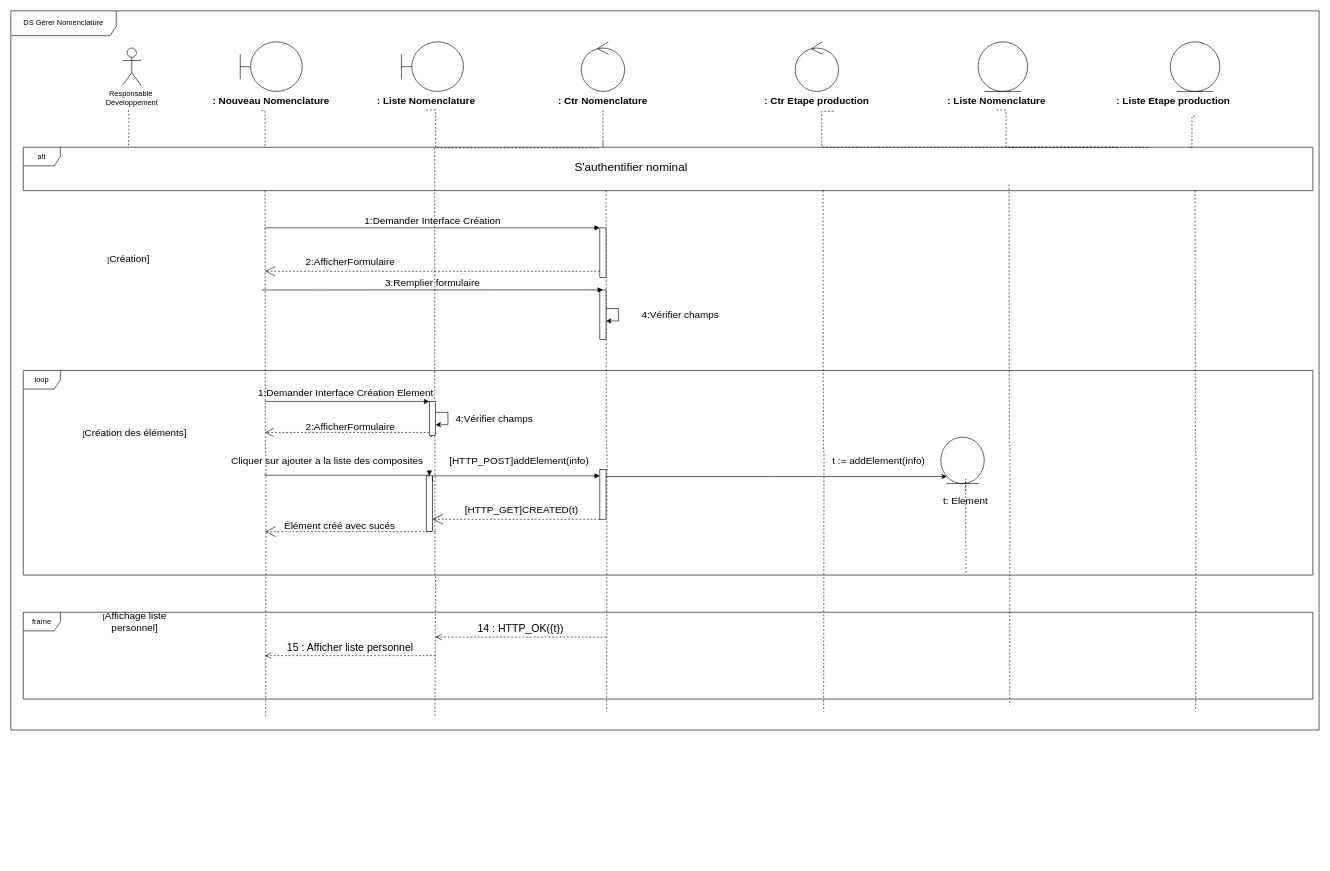
This is dsGérerNomenclature.drawio from AbdelazizBs/GPAO-SpringApp, a draw.io file, before an edit. Source tidied: cells renumbered, new cells numbered last; positions are measured from the earlier drawing's top-left corner, leaving out a move shared by most shapes. Both pictures are drawn from the tidied source at 62%, with x=0, y=0 at pixel (11, 11).
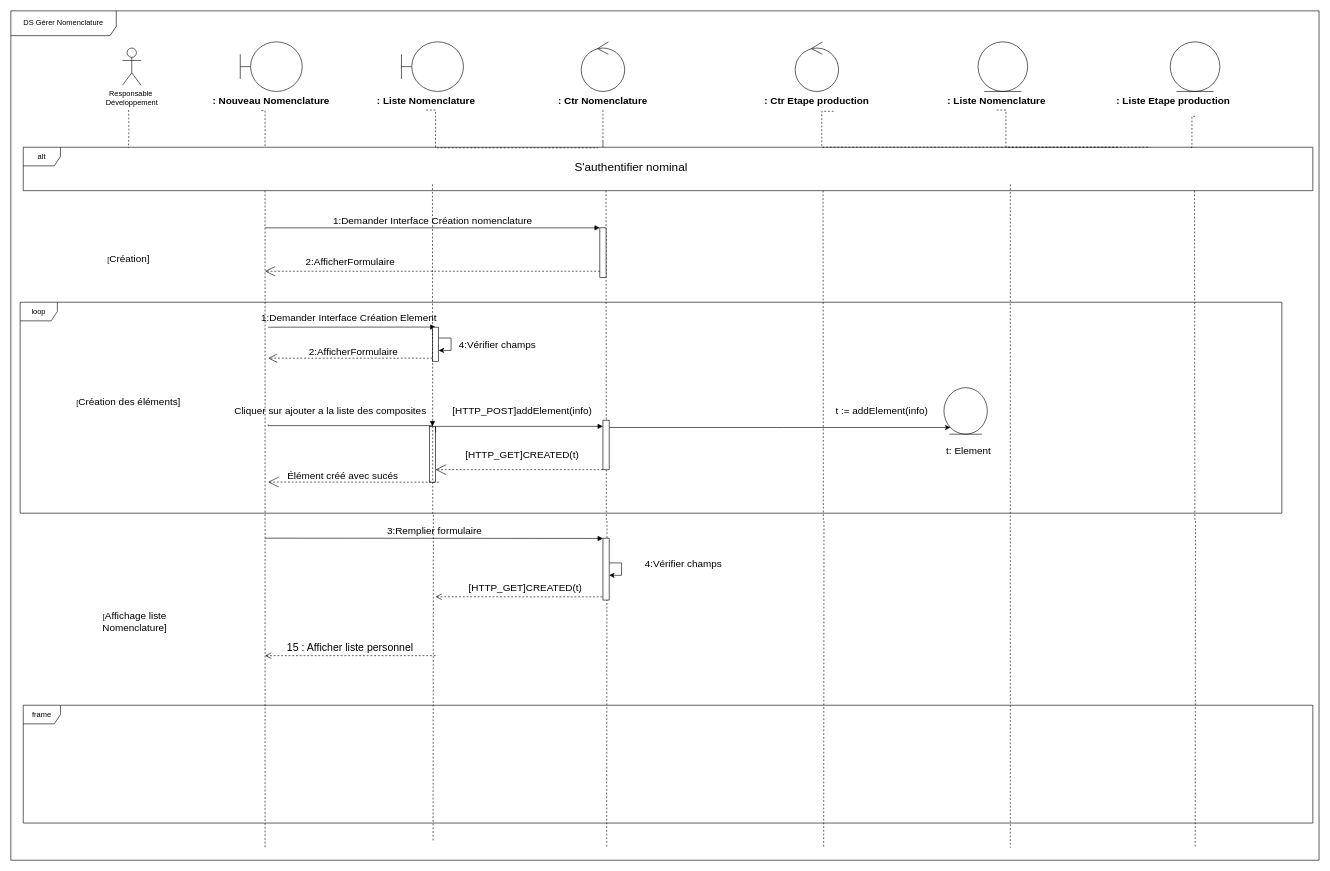
After the change.

Commit message:
Mettre à jour dsGérerNomenclature.drawio

The change refers to these unchanged cells:
```xml
<mxCell id="21" style="html=1;points=[];perimeter=orthogonalPerimeter;outlineConnect=0;targetShapes=umlLifeline;portConstraint=eastwest;newEdgeStyle={&quot;edgeStyle&quot;:&quot;elbowEdgeStyle&quot;,&quot;elbow&quot;:&quot;vertical&quot;,&quot;curved&quot;:0,&quot;rounded&quot;:0};" parent="1" vertex="1">
  <mxGeometry x="950" y="350" width="10" height="80" as="geometry" />
</mxCell>
```

What changed in the source:
```diff
@@
     <mxCell id="14" style="edgeStyle=orthogonalEdgeStyle;rounded=0;orthogonalLoop=1;jettySize=auto;html=1;exitX=0.165;exitY=1.029;exitDx=0;exitDy=0;exitPerimeter=0;endArrow=none;endFill=0;dashed=1;" parent="1" edge="1">
       <mxGeometry relative="1" as="geometry">
         <mxPoint x="960" y="290" as="sourcePoint" />
-        <mxPoint x="961" y="1130" as="targetPoint" />
+        <mxPoint x="961" y="1350" as="targetPoint" />
       </mxGeometry>
     </mxCell>
-    <mxCell id="15" style="edgeStyle=orthogonalEdgeStyle;rounded=0;jettySize=auto;html=1;exitX=0.165;exitY=1.029;exitDx=0;exitDy=0;exitPerimeter=0;endArrow=none;endFill=0;dashed=1;" parent="1" edge="1" source="64">
-      <mxGeometry relative="1" as="geometry">
-        <mxPoint x="684" y="1140" as="targetPoint" />
-        <Array as="points">
-          <mxPoint x="684" y="687" />
-          <mxPoint x="684" y="913" />
-          <mxPoint x="685" y="1140" />
-        </Array>
-      </mxGeometry>
-    </mxCell>
     <mxCell id="16" style="edgeStyle=orthogonalEdgeStyle;rounded=0;orthogonalLoop=1;jettySize=auto;html=1;exitX=0.165;exitY=1.029;exitDx=0;exitDy=0;exitPerimeter=0;endArrow=none;endFill=0;dashed=1;" parent="1" edge="1">
       <mxGeometry relative="1" as="geometry">
         <mxPoint x="410" y="290" as="sourcePoint" />
-        <mxPoint x="411" y="1140" as="targetPoint" />
+        <mxPoint x="410" y="1350" as="targetPoint" />
       </mxGeometry>
     </mxCell>
     <mxCell id="17" value="[&lt;span style=&quot;font-size: 16px;&quot;&gt;Création des éléments&lt;/span&gt;&lt;span style=&quot;font-size: 16px;&quot;&gt;]&lt;/span&gt;" style="text;html=1;strokeColor=none;fillColor=none;align=center;verticalAlign=middle;whiteSpace=wrap;rounded=0;" parent="1" vertex="1">
-      <mxGeometry x="110" y="640" width="180" height="80" as="geometry" />
+      <mxGeometry x="100" y="590.2" width="180" height="80" as="geometry" />
     </mxCell>
-    <mxCell id="18" value="[&lt;span style=&quot;font-size: 16px;&quot;&gt;Affichage liste personnel&lt;/span&gt;&lt;span style=&quot;font-size: 16px;&quot;&gt;]&lt;/span&gt;" style="text;html=1;strokeColor=none;fillColor=none;align=center;verticalAlign=middle;whiteSpace=wrap;rounded=0;" parent="1" vertex="1">
+    <mxCell id="18" value="[&lt;span style=&quot;font-size: 16px;&quot;&gt;Affichage liste Nomenclature&lt;/span&gt;&lt;span style=&quot;font-size: 16px;&quot;&gt;]&lt;/span&gt;" style="text;html=1;strokeColor=none;fillColor=none;align=center;verticalAlign=middle;whiteSpace=wrap;rounded=0;" parent="1" vertex="1">
       <mxGeometry x="110" y="945" width="180" height="80" as="geometry" />
     </mxCell>
     <mxCell id="19" style="edgeStyle=orthogonalEdgeStyle;rounded=0;orthogonalLoop=1;jettySize=auto;html=1;exitX=0.165;exitY=1.029;exitDx=0;exitDy=0;exitPerimeter=0;endArrow=none;endFill=0;dashed=1;" parent="1" edge="1">
       <mxGeometry relative="1" as="geometry">
         <mxPoint x="1310" y="290" as="sourcePoint" />
-        <mxPoint x="1311" y="1130" as="targetPoint" />
+        <mxPoint x="1311" y="1350" as="targetPoint" />
       </mxGeometry>
     </mxCell>
@@
-    <mxCell id="22" value="&lt;font style=&quot;font-size: 16px;&quot;&gt;1:Demander Interface Création&lt;/font&gt;" style="html=1;verticalAlign=bottom;startArrow=none;endArrow=block;startSize=8;edgeStyle=elbowEdgeStyle;elbow=vertical;curved=0;rounded=0;startFill=0;" parent="1" edge="1" target="21">
+    <mxCell id="22" value="&lt;font style=&quot;font-size: 16px;&quot;&gt;1:Demander Interface Création nomenclature&lt;/font&gt;" style="html=1;verticalAlign=bottom;startArrow=none;endArrow=block;startSize=8;edgeStyle=elbowEdgeStyle;elbow=vertical;curved=0;rounded=0;startFill=0;" parent="1" edge="1" target="21">
       <mxGeometry relative="1" as="geometry">
         <mxPoint x="410" y="350" as="sourcePoint" />
       </mxGeometry>
     </mxCell>
@@
-    <mxCell id="24" style="html=1;points=[];perimeter=orthogonalPerimeter;outlineConnect=0;targetShapes=umlLifeline;portConstraint=eastwest;newEdgeStyle={&quot;edgeStyle&quot;:&quot;elbowEdgeStyle&quot;,&quot;elbow&quot;:&quot;vertical&quot;,&quot;curved&quot;:0,&quot;rounded&quot;:0};" parent="1" vertex="1">
-      <mxGeometry x="950" y="450.2" width="10" height="80" as="geometry" />
-    </mxCell>
-    <mxCell id="25" value="&lt;font style=&quot;font-size: 16px;&quot;&gt;3:Remplier formulaire&lt;/font&gt;" style="html=1;verticalAlign=bottom;startArrow=none;endArrow=block;startSize=8;edgeStyle=elbowEdgeStyle;elbow=vertical;curved=0;rounded=0;startFill=0;" parent="1" edge="1" target="24">
-      <mxGeometry relative="1" as="geometry">
-        <mxPoint x="405" y="450.2" as="sourcePoint" />
-      </mxGeometry>
-    </mxCell>
-    <mxCell id="26" style="edgeStyle=elbowEdgeStyle;rounded=0;orthogonalLoop=1;jettySize=auto;html=1;elbow=vertical;curved=0;" parent="1" edge="1" source="24" target="24">
-      <mxGeometry relative="1" as="geometry" />
-    </mxCell>
-    <mxCell id="27" value="&lt;font style=&quot;font-size: 16px;&quot;&gt;4:Vérifier champs&lt;/font&gt;" style="text;html=1;strokeColor=none;fillColor=none;align=center;verticalAlign=middle;whiteSpace=wrap;rounded=0;" parent="1" vertex="1">
-      <mxGeometry x="1010" y="475.2" width="140" height="30" as="geometry" />
-    </mxCell>
-    <mxCell id="28" value="&lt;font style=&quot;font-size: 17px;&quot;&gt;14 : HTTP_OK({t})&lt;/font&gt;" style="html=1;verticalAlign=bottom;endArrow=open;dashed=1;endSize=8;edgeStyle=elbowEdgeStyle;elbow=vertical;curved=0;rounded=0;" parent="1" edge="1">
+    <mxCell id="28" style="html=1;verticalAlign=bottom;endArrow=open;dashed=1;endSize=8;edgeStyle=elbowEdgeStyle;elbow=vertical;curved=0;rounded=0;" parent="1" edge="1">
       <mxGeometry relative="1" as="geometry">
-        <mxPoint x="960" y="1010" as="sourcePoint" />
-        <mxPoint x="685" y="1010" as="targetPoint" />
+        <mxPoint x="960" y="945.2" as="sourcePoint" />
+        <mxPoint x="685" y="945.2" as="targetPoint" />
       </mxGeometry>
     </mxCell>
@@
-    <mxCell id="32" style="edgeStyle=orthogonalEdgeStyle;rounded=0;orthogonalLoop=1;jettySize=auto;html=1;exitX=0.165;exitY=1.029;exitDx=0;exitDy=0;exitPerimeter=0;endArrow=none;endFill=0;dashed=1;" parent="1" edge="1">
+    <mxCell id="32" style="edgeStyle=orthogonalEdgeStyle;rounded=0;orthogonalLoop=1;jettySize=auto;html=1;endArrow=none;endFill=0;dashed=1;" parent="1" edge="1">
       <mxGeometry relative="1" as="geometry">
-        <mxPoint x="1610" y="280" as="sourcePoint" />
-        <mxPoint x="1611" y="1120" as="targetPoint" />
+        <mxPoint x="1612" y="280" as="sourcePoint" />
+        <mxPoint x="1612" y="1350" as="targetPoint" />
       </mxGeometry>
     </mxCell>
@@
-    <mxCell id="35" style="edgeStyle=orthogonalEdgeStyle;rounded=0;orthogonalLoop=1;jettySize=auto;html=1;exitX=0.165;exitY=1.029;exitDx=0;exitDy=0;exitPerimeter=0;endArrow=none;endFill=0;dashed=1;" parent="1" edge="1">
-      <mxGeometry relative="1" as="geometry">
-        <mxPoint x="1910" y="290" as="sourcePoint" />
-        <mxPoint x="1911" y="1130" as="targetPoint" />
-      </mxGeometry>
-    </mxCell>
@@
     <mxCell id="40" value="DS Gérer Nomenclature" style="shape=umlFrame;whiteSpace=wrap;html=1;width=170;height=40;" parent="1" vertex="1">
-      <mxGeometry width="2110" height="1160" as="geometry" />
+      <mxGeometry width="2110" height="1370" as="geometry" />
     </mxCell>
@@
     <mxCell id="42" value="loop" style="shape=umlFrame;whiteSpace=wrap;html=1;" parent="1" vertex="1">
-      <mxGeometry x="20" y="580" width="2080" height="330" as="geometry" />
+      <mxGeometry x="15" y="470" width="2035" height="340.2" as="geometry" />
     </mxCell>
     <mxCell id="43" value="frame" style="shape=umlFrame;whiteSpace=wrap;html=1;" parent="1" vertex="1">
-      <mxGeometry x="20" y="970" width="2080" height="140" as="geometry" />
+      <mxGeometry x="20" y="1120" width="2080" height="190" as="geometry" />
     </mxCell>
@@
     <mxCell id="45" style="html=1;verticalAlign=bottom;endArrow=block;edgeStyle=elbowEdgeStyle;elbow=vertical;curved=0;rounded=0;" parent="1" edge="1" target="64">
       <mxGeometry relative="1" as="geometry">
-        <mxPoint x="410" y="630" as="sourcePoint" />
+        <mxPoint x="415" y="510.2" as="sourcePoint" />
       </mxGeometry>
     </mxCell>
     <mxCell id="46" value="&lt;font style=&quot;font-size: 16px;&quot;&gt;1:Demander Interface Création Element&lt;/font&gt;" style="text;html=1;align=center;verticalAlign=middle;strokeColor=none;fillColor=none;" parent="1" vertex="1">
-      <mxGeometry x="385" y="600" width="310" height="30" as="geometry" />
+      <mxGeometry x="390" y="480.2" width="310" height="30" as="geometry" />
     </mxCell>
     <mxCell id="47" style="html=1;points=[];perimeter=orthogonalPerimeter;outlineConnect=0;targetShapes=umlLifeline;portConstraint=eastwest;newEdgeStyle={&quot;edgeStyle&quot;:&quot;elbowEdgeStyle&quot;,&quot;elbow&quot;:&quot;vertical&quot;,&quot;curved&quot;:0,&quot;rounded&quot;:0};" parent="1" vertex="1">
-      <mxGeometry x="670" y="750" width="10" height="90" as="geometry" />
+      <mxGeometry x="675" y="670.2" width="10" height="90" as="geometry" />
     </mxCell>
     <mxCell id="48" value="&lt;font style=&quot;font-size: 16px;&quot;&gt;Cliquer sur ajouter a la liste des composites&lt;/font&gt;" style="text;html=1;align=center;verticalAlign=middle;strokeColor=none;fillColor=none;" parent="1" vertex="1">
-      <mxGeometry x="345" y="710" width="330" height="30" as="geometry" />
+      <mxGeometry x="350" y="630.2" width="330" height="30" as="geometry" />
     </mxCell>
     <mxCell id="49" style="html=1;verticalAlign=bottom;endArrow=block;edgeStyle=elbowEdgeStyle;elbow=vertical;curved=0;rounded=0;" parent="1" edge="1" target="47">
       <mxGeometry relative="1" as="geometry">
-        <mxPoint x="410" y="747" as="sourcePoint" />
+        <mxPoint x="415" y="667.2" as="sourcePoint" />
       </mxGeometry>
     </mxCell>
     <mxCell id="50" style="endArrow=open;endSize=12;dashed=1;html=1;rounded=0;" parent="1" edge="1" source="64">
       <mxGeometry x="-0.01" y="-17" relative="1" as="geometry">
-        <mxPoint x="410" y="680" as="targetPoint" />
+        <mxPoint x="415" y="560.2" as="targetPoint" />
         <mxPoint y="-1" as="offset" />
       </mxGeometry>
     </mxCell>
     <mxCell id="51" value="&lt;font style=&quot;font-size: 16px;&quot;&gt;2:AfficherFormulaire&amp;nbsp;&lt;/font&gt;" style="text;html=1;strokeColor=none;fillColor=none;align=center;verticalAlign=middle;whiteSpace=wrap;rounded=0;" parent="1" vertex="1">
-      <mxGeometry x="450" y="655" width="200" height="30" as="geometry" />
+      <mxGeometry x="455" y="535.2" width="200" height="30" as="geometry" />
     </mxCell>
@@
     <mxCell id="53" value="&lt;font style=&quot;font-size: 16px;&quot;&gt;4:Vérifier champs&lt;/font&gt;" style="text;html=1;strokeColor=none;fillColor=none;align=center;verticalAlign=middle;whiteSpace=wrap;rounded=0;" parent="1" vertex="1">
-      <mxGeometry x="710" y="642.5" width="140" height="30" as="geometry" />
+      <mxGeometry x="715" y="522.7" width="140" height="30" as="geometry" />
     </mxCell>
@@
     <mxCell id="56" style="edgeStyle=elbowEdgeStyle;rounded=0;jettySize=auto;html=1;elbow=vertical;curved=0;endArrow=open;endFill=0;dashed=1;startSize=12;endSize=15;" parent="1" edge="1" source="57">
       <mxGeometry relative="1" as="geometry">
-        <mxPoint x="680" y="820" as="targetPoint" />
+        <mxPoint x="685" y="740.2" as="targetPoint" />
       </mxGeometry>
     </mxCell>
     <mxCell id="57" style="html=1;points=[];perimeter=orthogonalPerimeter;outlineConnect=0;targetShapes=umlLifeline;portConstraint=eastwest;newEdgeStyle={&quot;edgeStyle&quot;:&quot;elbowEdgeStyle&quot;,&quot;elbow&quot;:&quot;vertical&quot;,&quot;curved&quot;:0,&quot;rounded&quot;:0};" parent="1" vertex="1">
-      <mxGeometry x="950" y="740" width="10" height="80" as="geometry" />
+      <mxGeometry x="955" y="660.2" width="10" height="80" as="geometry" />
     </mxCell>
     <mxCell id="58" style="html=1;verticalAlign=bottom;endArrow=block;edgeStyle=elbowEdgeStyle;elbow=vertical;curved=0;rounded=0;" parent="1" edge="1" target="57">
       <mxGeometry relative="1" as="geometry">
-        <mxPoint x="680" y="760" as="sourcePoint" />
+        <mxPoint x="685" y="680.2" as="sourcePoint" />
         <Array as="points">
-          <mxPoint x="920" y="750" />
+          <mxPoint x="925" y="670.2" />
         </Array>
       </mxGeometry>
     </mxCell>
     <mxCell id="59" value="&lt;font style=&quot;font-size: 16px;&quot;&gt;[HTTP_POST]addElement(info)&lt;/font&gt;" style="text;html=1;strokeColor=none;fillColor=none;align=center;verticalAlign=middle;whiteSpace=wrap;rounded=0;" parent="1" vertex="1">
-      <mxGeometry x="750" y="710" width="140" height="30" as="geometry" />
+      <mxGeometry x="755" y="630.2" width="140" height="30" as="geometry" />
     </mxCell>
     <mxCell id="60" style="ellipse;shape=umlEntity;whiteSpace=wrap;html=1;" parent="1" vertex="1">
-      <mxGeometry x="1500" y="687.5" width="70" height="75" as="geometry" />
+      <mxGeometry x="1505" y="607.8" width="70" height="75" as="geometry" />
     </mxCell>
-    <mxCell id="61" style="edgeStyle=orthogonalEdgeStyle;rounded=0;jettySize=auto;html=1;entryX=0.731;entryY=0.997;entryDx=0;entryDy=0;entryPerimeter=0;dashed=1;endArrow=none;endFill=0;" parent="1" edge="1" source="62" target="42">
-      <mxGeometry relative="1" as="geometry" />
-    </mxCell>
     <mxCell id="62" value="&lt;font style=&quot;font-size: 16px;&quot;&gt;t: Element&lt;/font&gt;" style="text;html=1;strokeColor=none;fillColor=none;align=center;verticalAlign=middle;whiteSpace=wrap;rounded=0;" parent="1" vertex="1">
-      <mxGeometry x="1470" y="775" width="140" height="30" as="geometry" />
+      <mxGeometry x="1475" y="695.2" width="140" height="30" as="geometry" />
     </mxCell>
-    <mxCell id="63" style="edgeStyle=orthogonalEdgeStyle;rounded=0;jettySize=auto;html=1;exitX=0.165;exitY=1.029;exitDx=0;exitDy=0;exitPerimeter=0;endArrow=none;endFill=0;dashed=1;" parent="1" edge="1" target="64">
-      <mxGeometry relative="1" as="geometry">
-        <mxPoint x="683.7" y="221" as="sourcePoint" />
-        <Array as="points">
-          <mxPoint x="684" y="540" />
-          <mxPoint x="684" y="540" />
-        </Array>
-      </mxGeometry>
-    </mxCell>
     <mxCell id="64" style="html=1;points=[];perimeter=orthogonalPerimeter;outlineConnect=0;targetShapes=umlLifeline;portConstraint=eastwest;newEdgeStyle={&quot;edgeStyle&quot;:&quot;elbowEdgeStyle&quot;,&quot;elbow&quot;:&quot;vertical&quot;,&quot;curved&quot;:0,&quot;rounded&quot;:0};" parent="1" vertex="1">
-      <mxGeometry x="675" y="630" width="10" height="55" as="geometry" />
+      <mxGeometry x="680" y="510.2" width="10" height="55" as="geometry" />
     </mxCell>
     <mxCell id="65" value="&lt;font style=&quot;font-size: 16px;&quot;&gt;t := addElement(info)&lt;/font&gt;" style="text;html=1;strokeColor=none;fillColor=none;align=center;verticalAlign=middle;whiteSpace=wrap;rounded=0;" parent="1" vertex="1">
-      <mxGeometry x="1310" y="710" width="180" height="30" as="geometry" />
+      <mxGeometry x="1315" y="630.2" width="180" height="30" as="geometry" />
     </mxCell>
     <mxCell id="66" style="edgeStyle=elbowEdgeStyle;rounded=0;orthogonalLoop=1;jettySize=auto;html=1;elbow=vertical;curved=0;endArrow=open;endFill=0;dashed=1;startSize=12;endSize=15;" parent="1" edge="1">
       <mxGeometry relative="1" as="geometry">
-        <mxPoint x="685" y="840" as="sourcePoint" />
-        <mxPoint x="410" y="840" as="targetPoint" />
+        <mxPoint x="690" y="760.2" as="sourcePoint" />
+        <mxPoint x="415" y="760.2" as="targetPoint" />
       </mxGeometry>
     </mxCell>
     <mxCell id="67" value="&lt;font style=&quot;font-size: 16px;&quot;&gt;[HTTP_GET]CREATED(t)&lt;/font&gt;" style="text;html=1;strokeColor=none;fillColor=none;align=center;verticalAlign=middle;whiteSpace=wrap;rounded=0;" parent="1" vertex="1">
-      <mxGeometry x="754" y="790" width="140" height="30" as="geometry" />
+      <mxGeometry x="755" y="700.2" width="140" height="30" as="geometry" />
     </mxCell>
     <mxCell id="68" value="&lt;font style=&quot;font-size: 16px;&quot;&gt;Élément créé avec sucés&lt;/font&gt;" style="text;html=1;align=center;verticalAlign=middle;strokeColor=none;fillColor=none;" parent="1" vertex="1">
-      <mxGeometry x="430" y="815" width="200" height="30" as="geometry" />
+      <mxGeometry x="435" y="735.2" width="200" height="30" as="geometry" />
     </mxCell>
+    <mxCell id="69" style="html=1;points=[];perimeter=orthogonalPerimeter;outlineConnect=0;targetShapes=umlLifeline;portConstraint=eastwest;newEdgeStyle={&quot;edgeStyle&quot;:&quot;elbowEdgeStyle&quot;,&quot;elbow&quot;:&quot;vertical&quot;,&quot;curved&quot;:0,&quot;rounded&quot;:0};" parent="1" vertex="1">
+      <mxGeometry x="955" y="850.5" width="10" height="99.8" as="geometry" />
+    </mxCell>
+    <mxCell id="25" value="&lt;font style=&quot;font-size: 16px;&quot;&gt;3:Remplier formulaire&lt;/font&gt;" style="html=1;verticalAlign=bottom;startArrow=none;endArrow=block;startSize=8;edgeStyle=elbowEdgeStyle;elbow=vertical;curved=0;rounded=0;startFill=0;" parent="1" edge="1" target="69">
+      <mxGeometry relative="1" as="geometry">
+        <mxPoint x="410" y="850.5" as="sourcePoint" />
+      </mxGeometry>
+    </mxCell>
+    <mxCell id="70" style="edgeStyle=elbowEdgeStyle;rounded=0;orthogonalLoop=1;jettySize=auto;html=1;elbow=vertical;curved=0;" parent="1" edge="1" source="69" target="69">
+      <mxGeometry relative="1" as="geometry" />
+    </mxCell>
+    <mxCell id="27" value="&lt;font style=&quot;font-size: 16px;&quot;&gt;4:Vérifier champs&lt;/font&gt;" style="text;html=1;strokeColor=none;fillColor=none;align=center;verticalAlign=middle;whiteSpace=wrap;rounded=0;" parent="1" vertex="1">
+      <mxGeometry x="1015" y="875.5" width="140" height="30" as="geometry" />
+    </mxCell>
+    <mxCell id="71" value="&lt;font style=&quot;font-size: 16px;&quot;&gt;[HTTP_GET]CREATED(t)&lt;/font&gt;" style="text;html=1;strokeColor=none;fillColor=none;align=center;verticalAlign=middle;whiteSpace=wrap;rounded=0;" parent="1" vertex="1">
+      <mxGeometry x="760" y="915" width="140" height="30" as="geometry" />
+    </mxCell>
+    <mxCell id="72" style="edgeStyle=orthogonalEdgeStyle;rounded=0;orthogonalLoop=1;jettySize=auto;html=1;exitX=0.165;exitY=1.029;exitDx=0;exitDy=0;exitPerimeter=0;endArrow=none;endFill=0;dashed=1;" parent="1" edge="1">
+      <mxGeometry relative="1" as="geometry">
+        <mxPoint x="680" y="280" as="sourcePoint" />
+        <mxPoint x="681" y="1340" as="targetPoint" />
+      </mxGeometry>
+    </mxCell>
+    <mxCell id="73" style="edgeStyle=orthogonalEdgeStyle;rounded=0;orthogonalLoop=1;jettySize=auto;html=1;exitX=0.165;exitY=1.029;exitDx=0;exitDy=0;exitPerimeter=0;endArrow=none;endFill=0;dashed=1;" parent="1" edge="1">
+      <mxGeometry relative="1" as="geometry">
+        <mxPoint x="1909.2" y="290" as="sourcePoint" />
+        <mxPoint x="1910.2" y="1350" as="targetPoint" />
+      </mxGeometry>
+    </mxCell>
```
